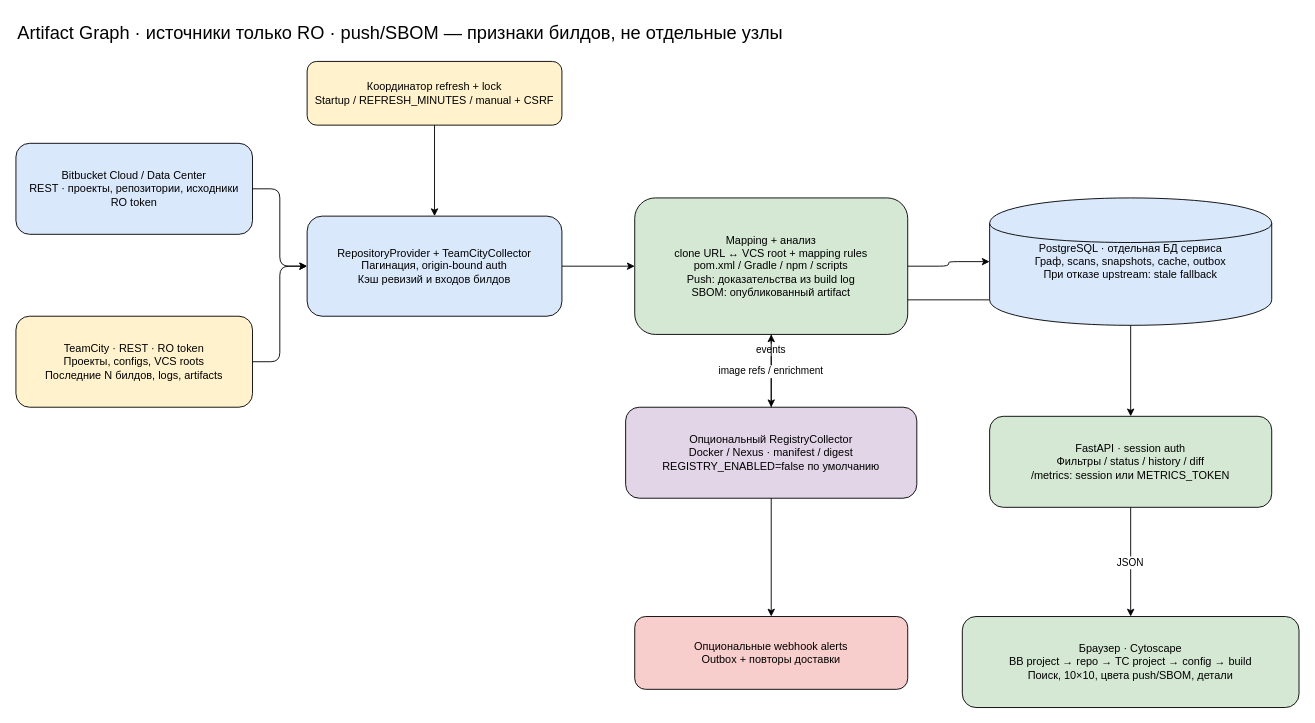
The draw.io diagram page "Потоки данных" (1 of 2) of docs/diagrams/service-architecture.drawio in prince174/artifact_graph, before the edit. Source tidied: cells renumbered, new cells numbered last; positions are measured from the earlier drawing's top-left corner, leaving out a move shared by most shapes. Both pictures are drawn from the tidied source at 91%, with x=0, y=0 at pixel (15, 15).
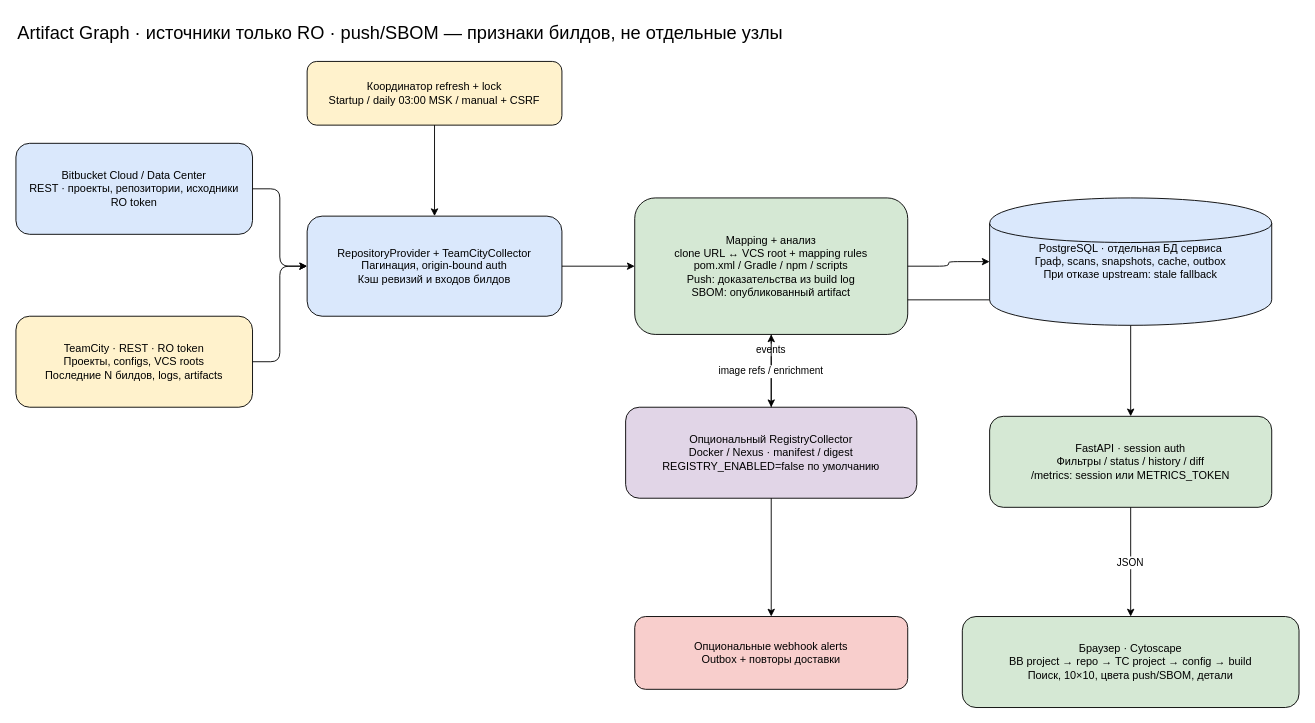
The same page after the edit.

Diff of the diagram source:
```diff
@@
-    <mxCell id="6" value="Координатор refresh + lock&#10;Startup / REFRESH_MINUTES / manual + CSRF" style="rounded=1;whiteSpace=wrap;fillColor=#fff2cc;" parent="1" vertex="1">
+    <mxCell id="6" value="Координатор refresh + lock&#10;Startup / daily 03:00 MSK / manual + CSRF" style="rounded=1;whiteSpace=wrap;fillColor=#fff2cc;" parent="1" vertex="1">
       <mxGeometry x="320" y="50" width="280" height="70" as="geometry" />
     </mxCell>
```
